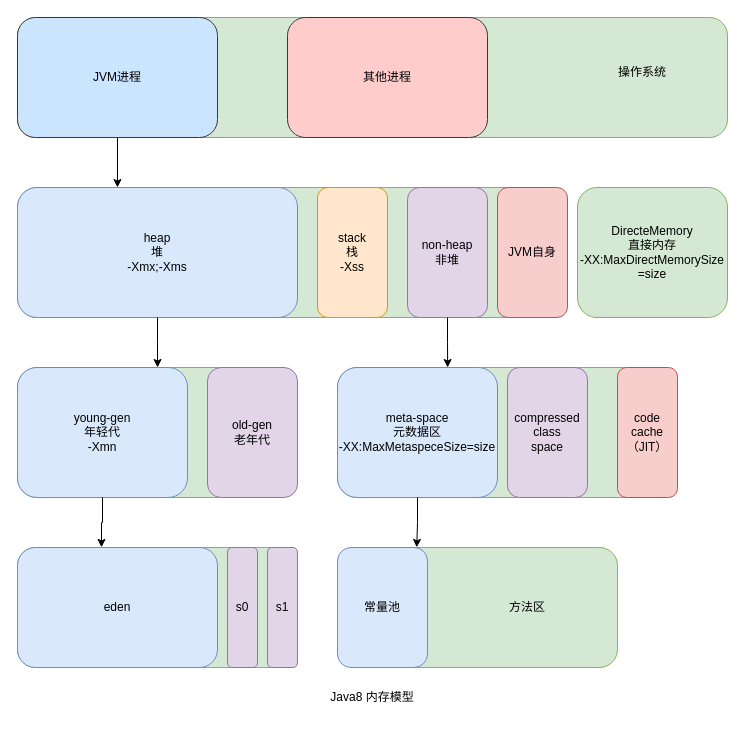
Above: JDK/JVM.drawio in oliverschen/draw.io (draw.io), before the change. Source tidied: cells renumbered, new cells numbered last; positions are measured from the earlier drawing's top-left corner, leaving out a move shared by most shapes. Both pictures are drawn from the tidied source at 100%, with x=0, y=0 at pixel (17, 17).
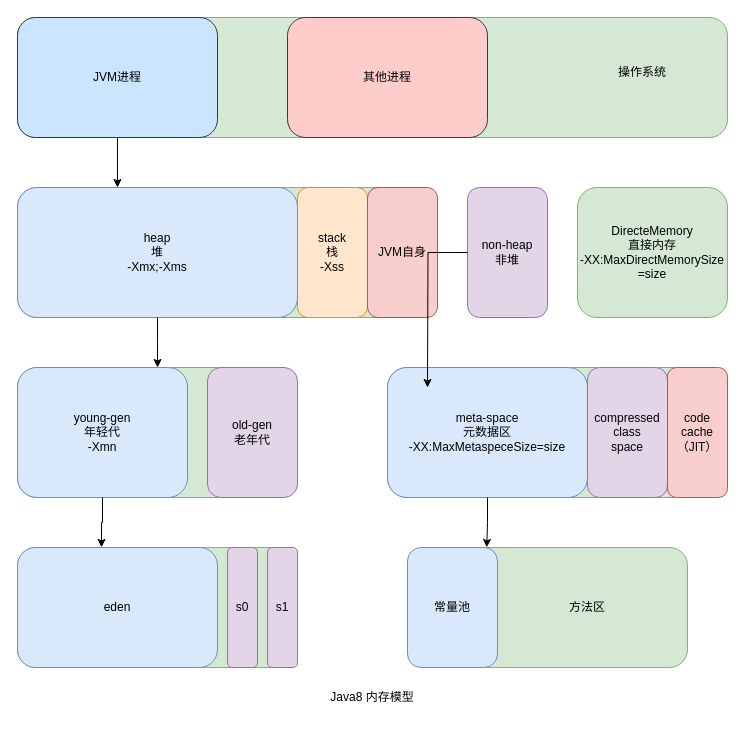
After the change.

Commit message:
调整非堆区域

Unchanged cells that the change refers to:
```xml
<mxCell id="2" style="group;" parent="1" vertex="1">
  <mxGeometry width="710" height="700" as="geometry" />
</mxCell>
```

Diff of the diagram source:
```diff
@@
     <mxCell id="8" style="rounded=1;whiteSpace=wrap;html=1;fillColor=#d5e8d4;strokeColor=#82b366;" parent="2" vertex="1">
-      <mxGeometry y="170" width="550" height="130" as="geometry" />
+      <mxGeometry y="170" width="420" height="130" as="geometry" />
     </mxCell>
@@
     <mxCell id="10" value="stack&lt;br&gt;栈&lt;br&gt;-Xss" style="rounded=1;whiteSpace=wrap;html=1;fillColor=#ffe6cc;strokeColor=#d79b00;" parent="2" vertex="1">
-      <mxGeometry x="300" y="170" width="70" height="130" as="geometry" />
+      <mxGeometry x="280" y="170" width="70" height="130" as="geometry" />
     </mxCell>
     <mxCell id="11" value="JVM自身" style="rounded=1;whiteSpace=wrap;html=1;fillColor=#f8cecc;strokeColor=#b85450;" parent="2" vertex="1">
-      <mxGeometry x="480" y="170" width="70" height="130" as="geometry" />
+      <mxGeometry x="350" y="170" width="70" height="130" as="geometry" />
     </mxCell>
@@
-    <mxCell id="13" value="non-heap&lt;br&gt;非堆" style="rounded=1;whiteSpace=wrap;html=1;fillColor=#e1d5e7;strokeColor=#9673a6;" parent="2" vertex="1">
-      <mxGeometry x="390" y="170" width="80" height="130" as="geometry" />
-    </mxCell>
@@
     <mxCell id="23" style="rounded=1;whiteSpace=wrap;html=1;fillColor=#d5e8d4;strokeColor=#82b366;" parent="2" vertex="1">
-      <mxGeometry x="320" y="350" width="340" height="130" as="geometry" />
+      <mxGeometry x="370" y="350" width="340" height="130" as="geometry" />
     </mxCell>
-    <mxCell id="24" style="edgeStyle=orthogonalEdgeStyle;rounded=0;jettySize=auto;html=1;entryX=0.324;entryY=0;entryDx=0;entryDy=0;entryPerimeter=0;" parent="2" edge="1" source="13" target="23">
-      <mxGeometry relative="1" as="geometry" />
-    </mxCell>
     <mxCell id="25" value="meta-space&lt;br&gt;元数据区&lt;br&gt;-XX:MaxMetaspeceSize=size" style="rounded=1;whiteSpace=wrap;html=1;fillColor=#dae8fc;strokeColor=#6c8ebf;" parent="2" vertex="1">
-      <mxGeometry x="320" y="350" width="160" height="130" as="geometry" />
+      <mxGeometry x="370" y="350" width="200" height="130" as="geometry" />
     </mxCell>
     <mxCell id="26" value="compressed&lt;br&gt;class&lt;br&gt;space" style="rounded=1;whiteSpace=wrap;html=1;fillColor=#e1d5e7;strokeColor=#9673a6;" parent="2" vertex="1">
-      <mxGeometry x="490" y="350" width="80" height="130" as="geometry" />
+      <mxGeometry x="570" y="350" width="80" height="130" as="geometry" />
     </mxCell>
     <mxCell id="27" value="code&lt;br&gt;cache&lt;br&gt;（JIT）" style="rounded=1;whiteSpace=wrap;html=1;fillColor=#f8cecc;strokeColor=#b85450;" parent="2" vertex="1">
-      <mxGeometry x="600" y="350" width="60" height="130" as="geometry" />
+      <mxGeometry x="650" y="350" width="60" height="130" as="geometry" />
     </mxCell>
     <mxCell id="28" style="whiteSpace=wrap;html=1;rounded=1;strokeColor=#82b366;fillColor=#d5e8d4;" parent="2" vertex="1">
-      <mxGeometry x="320" y="530" width="280" height="120" as="geometry" />
+      <mxGeometry x="390" y="530" width="280" height="120" as="geometry" />
     </mxCell>
@@
     <mxCell id="30" value="常量池" style="rounded=1;whiteSpace=wrap;html=1;fillColor=#dae8fc;strokeColor=#6c8ebf;" parent="2" vertex="1">
-      <mxGeometry x="320" y="530" width="90" height="120" as="geometry" />
+      <mxGeometry x="390" y="530" width="90" height="120" as="geometry" />
     </mxCell>
     <mxCell id="31" value="方法区" style="text;html=1;strokeColor=none;fillColor=none;align=center;verticalAlign=middle;whiteSpace=wrap;rounded=0;" parent="2" vertex="1">
-      <mxGeometry x="490" y="580" width="40" height="20" as="geometry" />
+      <mxGeometry x="550" y="580" width="40" height="20" as="geometry" />
     </mxCell>
@@
+    <mxCell id="13" value="non-heap&lt;br&gt;非堆" style="rounded=1;whiteSpace=wrap;html=1;fillColor=#e1d5e7;strokeColor=#9673a6;" parent="2" vertex="1">
+      <mxGeometry x="450" y="170" width="80" height="130" as="geometry" />
+    </mxCell>
+    <mxCell id="33" style="edgeStyle=orthogonalEdgeStyle;rounded=0;jettySize=auto;html=1;" parent="1" edge="1" source="13">
+      <mxGeometry relative="1" as="geometry">
+        <mxPoint x="410" y="370" as="targetPoint" />
+      </mxGeometry>
+    </mxCell>
```
